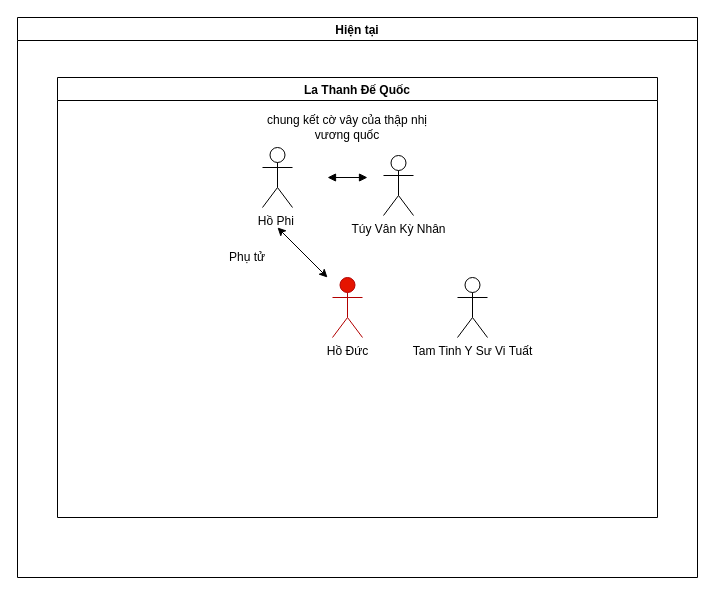
Above: Ky_Hiep.drawio in figfofu/figfofu.github.io (draw.io), before the change. Source tidied: cells renumbered, new cells numbered last; positions are measured from the earlier drawing's top-left corner, leaving out a move shared by most shapes. Both pictures are drawn from the tidied source at 100%, with x=0, y=0 at pixel (17, 17).
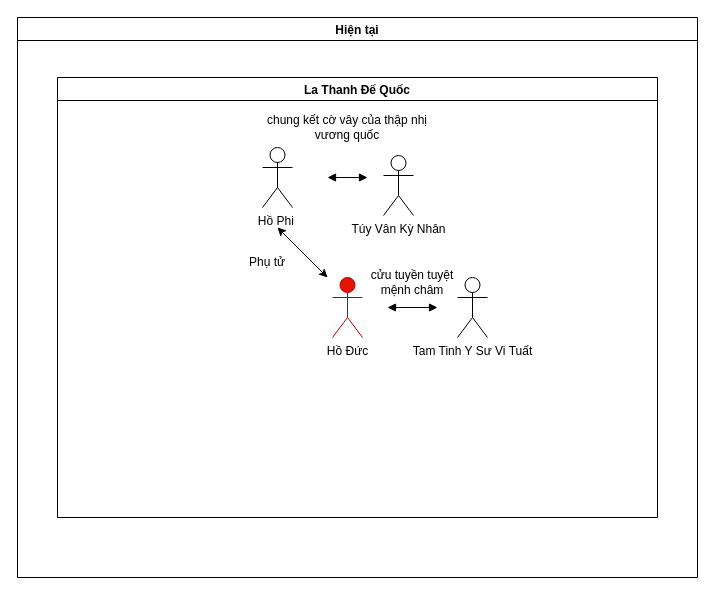
Above is the later version.

Diff of the diagram source:
```diff
@@
 <mxGraphModel>
   <root>
     <mxCell id="0" />
     <mxCell id="1" parent="0" />
     <mxCell id="2" value="Hiện tại" style="swimlane;" parent="1" vertex="1">
       <mxGeometry width="680" height="560" as="geometry" />
     </mxCell>
     <mxCell id="3" value="La Thanh Đế Quốc" style="swimlane;labelBackgroundColor=none;labelBorderColor=none;" parent="2" vertex="1">
       <mxGeometry x="40" y="60" width="600" height="440" as="geometry" />
     </mxCell>
     <mxCell id="4" value="Hồ Phi&amp;nbsp;" style="shape=umlActor;verticalLabelPosition=bottom;verticalAlign=top;html=1;" parent="3" vertex="1">
       <mxGeometry x="205" y="70" width="30" height="60" as="geometry" />
     </mxCell>
     <mxCell id="5" style="endArrow=block;startArrow=block;endFill=1;startFill=1;html=1;" parent="3" edge="1">
       <mxGeometry relative="1" as="geometry">
         <mxPoint x="270" y="100" as="sourcePoint" />
         <mxPoint x="310" y="100" as="targetPoint" />
       </mxGeometry>
     </mxCell>
     <mxCell id="6" value="chung kết cờ vây của thập nhị vương quốc" style="text;html=1;strokeColor=none;fillColor=none;align=center;verticalAlign=middle;whiteSpace=wrap;rounded=0;" parent="3" vertex="1">
       <mxGeometry x="190" y="40" width="200" height="20" as="geometry" />
     </mxCell>
     <mxCell id="7" value="Hồ Đức" style="shape=umlActor;verticalLabelPosition=bottom;verticalAlign=top;html=1;fillColor=#e51400;strokeColor=#B20000;labelPosition=center;align=center;" parent="3" vertex="1">
       <mxGeometry x="275" y="200" width="30" height="60" as="geometry" />
     </mxCell>
     <mxCell id="8" value="Phụ tử" style="text;html=1;strokeColor=none;fillColor=none;align=center;verticalAlign=middle;whiteSpace=wrap;rounded=0;" parent="3" vertex="1">
-      <mxGeometry x="160" y="170" width="60" height="20" as="geometry" />
+      <mxGeometry x="180" y="175" width="60" height="20" as="geometry" />
     </mxCell>
     <mxCell id="9" value="Tam Tinh Y Sư Vi Tuất" style="shape=umlActor;verticalLabelPosition=bottom;verticalAlign=top;html=1;" parent="3" vertex="1">
       <mxGeometry x="400" y="200" width="30" height="60" as="geometry" />
     </mxCell>
+    <mxCell id="12" value="cửu tuyền tuyệt mệnh châm" style="text;html=1;strokeColor=none;fillColor=none;align=center;verticalAlign=middle;whiteSpace=wrap;rounded=0;labelBackgroundColor=none;fontColor=#000000;" parent="3" vertex="1">
+      <mxGeometry x="305" y="195" width="100" height="20" as="geometry" />
+    </mxCell>
     <mxCell id="10" value="Túy Vân Kỳ Nhân" style="shape=umlActor;verticalLabelPosition=bottom;verticalAlign=top;html=1;" parent="1" vertex="1">
       <mxGeometry x="366" y="138" width="30" height="60" as="geometry" />
     </mxCell>
     <mxCell id="11" style="endArrow=classic;startArrow=classic;html=1;" parent="1" edge="1">
       <mxGeometry relative="1" as="geometry">
         <mxPoint x="310" y="260" as="sourcePoint" />
         <mxPoint x="260" y="210" as="targetPoint" />
       </mxGeometry>
     </mxCell>
+    <mxCell id="13" style="endArrow=block;startArrow=block;endFill=1;startFill=1;html=1;" parent="1" edge="1">
+      <mxGeometry relative="1" as="geometry">
+        <mxPoint x="370" y="290" as="sourcePoint" />
+        <mxPoint x="420" y="290" as="targetPoint" />
+      </mxGeometry>
+    </mxCell>
   </root>
 </mxGraphModel>
```
